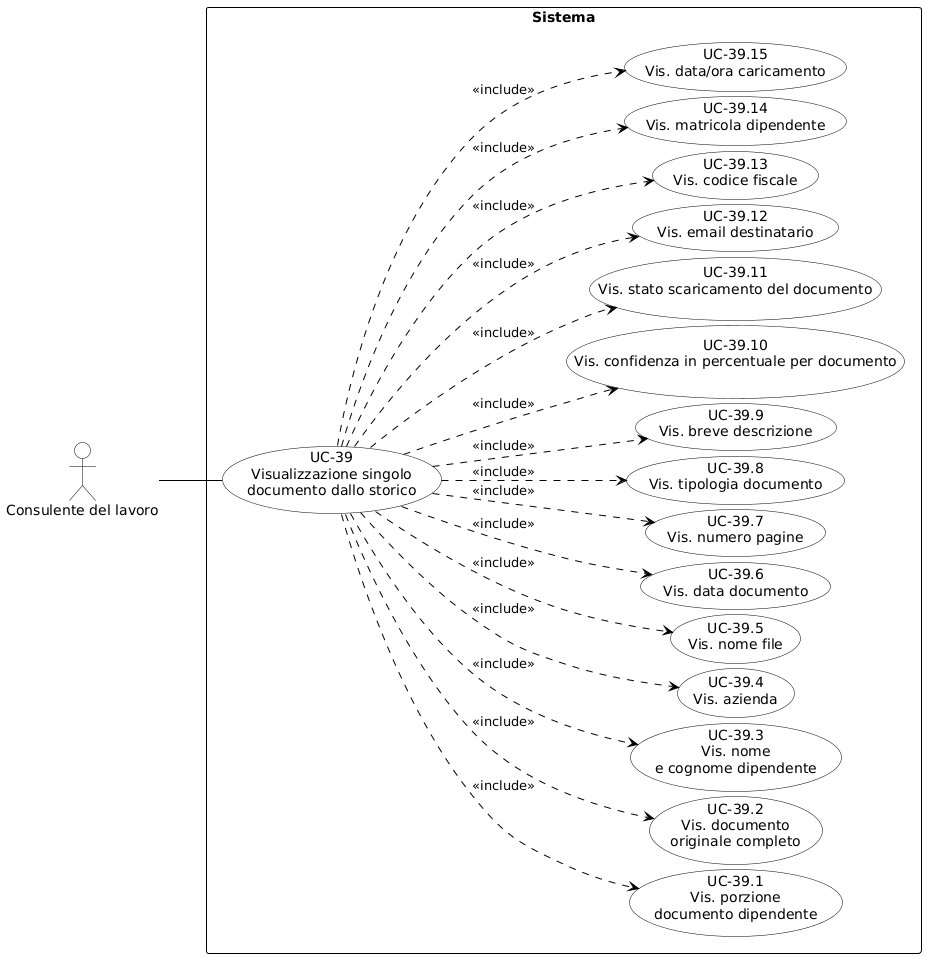
Before: RTB/Analisi dei Requisiti/diagrammi_use_case/UC-39.png, a diagram exported from PlantUML (aLittleByte-19/Documentazione).
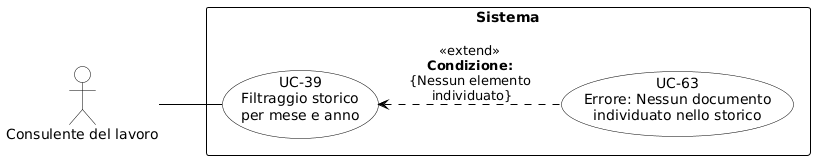
Later version of the same file.

What changed in the source:
```diff
@@ -2,8 +2,6 @@
 skinparam shadowing false
 skinparam defaultFontName Arial
 left to right direction
-skinparam nodesep 5
-skinparam ranksep 60
 
 skinparam usecase {
     BackgroundColor white
@@ -19,43 +17,14 @@
     FontStyle bold
 }
 
-actor "Consulente del lavoro" as CL
+actor "Consulente del lavoro" as cdl
 
 rectangle "Sistema" {
-    usecase "UC-39\nVisualizzazione singolo\ndocumento dallo storico" as UC39
+    usecase "UC-39\nFiltraggio storico\nper mese e anno" as UC39
+    usecase "UC-63\nErrore: Nessun documento\nindividuato nello storico" as UC63
 
-    usecase "UC-39.1\nVis. porzione\ndocumento dipendente" as UC39_1
-    usecase "UC-39.2\nVis. documento\noriginale completo" as UC39_2
-    usecase "UC-39.3\nVis. nome\ne cognome dipendente" as UC39_3
-    usecase "UC-39.4\nVis. azienda" as UC39_4
-    usecase "UC-39.5\nVis. nome file" as UC39_5
-    usecase "UC-39.6\nVis. data documento" as UC39_6
-    usecase "UC-39.7\nVis. numero pagine" as UC39_7
-    usecase "UC-39.8\nVis. tipologia documento" as UC39_8
-    usecase "UC-39.9\nVis. breve descrizione" as UC39_9
-    usecase "UC-39.10\nVis. confidenza in percentuale per documento" as UC39_10
-    usecase "UC-39.11\nVis. stato scaricamento del documento" as UC39_11
-    usecase "UC-39.12\nVis. email destinatario" as UC39_12
-    usecase "UC-39.13\nVis. codice fiscale" as UC39_13
-    usecase "UC-39.14\nVis. matricola dipendente" as UC39_14
-    usecase "UC-39.15\nVis. data/ora caricamento" as UC39_15
-
-    UC39 ..> UC39_1 : <<include>>
-    UC39 ..> UC39_2 : <<include>>
-    UC39 ..> UC39_3 : <<include>>
-    UC39 ..> UC39_4 : <<include>>
-    UC39 ..> UC39_5 : <<include>>
-    UC39 ..> UC39_6 : <<include>>
-    UC39 ..> UC39_7 : <<include>>
-    UC39 ..> UC39_8 : <<include>>
-    UC39 ..> UC39_9 : <<include>>
-    UC39 ..> UC39_10 : <<include>>
-    UC39 ..> UC39_11 : <<include>>
-    UC39 ..> UC39_12 : <<include>>
-    UC39 ..> UC39_13 : <<include>>
-    UC39 ..> UC39_14 : <<include>>
-    UC39 ..> UC39_15 : <<include>>
+    UC63 .up.> UC39 : «extend»\n<b>Condizione:</b>\n{Nessun elemento\n individuato}
 }
 
-CL -- UC39
-@enduml
+cdl -- UC39
+@endl
```
